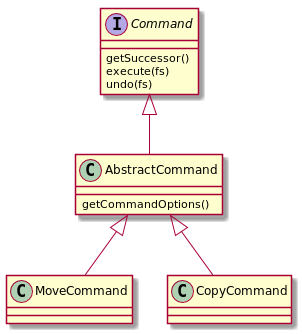
This is javaDesignPatterns/src/docs/asciidoc/diagram-command-classes.png from trustedshops/design-patterns, a PlantUML export, as it was before one commit.
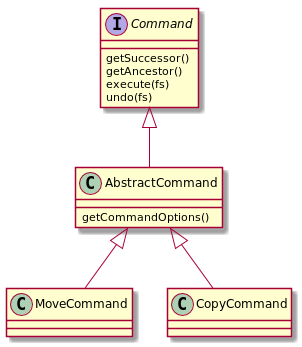
After the change.

What changed in the source:
```diff
@@ -8,6 +8,7 @@
 AbstractCommand <|-- MoveCommand
 AbstractCommand <|-- CopyCommand
 Command : getSuccessor()
+Command : getAncestor()
 Command : execute(fs)
 Command : undo(fs)
 AbstractCommand : getCommandOptions()
```
